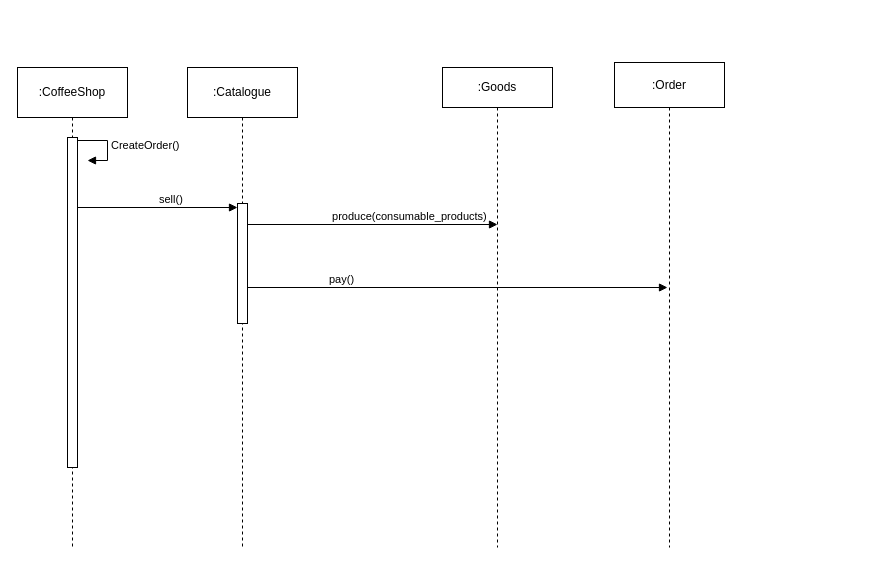
Before: page "Страница — 1" (1 of 2) of Диаграмма последовательности.drawio in R3plicant/ooap_lab1, a draw.io diagram. Source tidied: cells renumbered, new cells numbered last; positions are measured from the earlier drawing's top-left corner, leaving out a move shared by most shapes. Both pictures are drawn from the tidied source at 100%, with x=0, y=0 at pixel (17, 62).
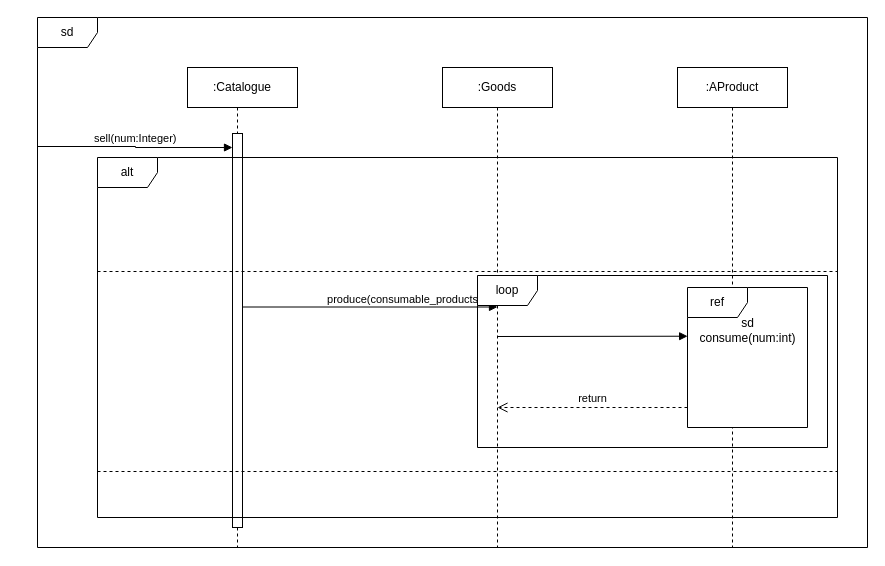
After the change.

What changed in the source:
```diff
@@
-    <mxCell id="2" style="edgeStyle=orthogonalEdgeStyle;rounded=0;jettySize=auto;html=1;endArrow=none;endFill=0;dashed=1;" parent="1" edge="1" source="3">
-      <mxGeometry relative="1" as="geometry">
-        <mxPoint x="55" y="485" as="targetPoint" />
-      </mxGeometry>
-    </mxCell>
-    <mxCell id="3" value=":CoffeeShop" style="html=1;whiteSpace=wrap;" parent="1" vertex="1">
-      <mxGeometry y="5" width="110" height="50" as="geometry" />
-    </mxCell>
-    <mxCell id="4" style="html=1;perimeter=orthogonalPerimeter;targetShapes=umlLifeline;newEdgeStyle={&quot;curved&quot;:0,&quot;rounded&quot;:0};" parent="1" vertex="1">
-      <mxGeometry x="50" y="75" width="10" height="330" as="geometry" />
-    </mxCell>
-    <mxCell id="5" value="CreateOrder()" style="html=1;align=left;spacingLeft=2;endArrow=block;rounded=0;edgeStyle=orthogonalEdgeStyle;curved=0;rounded=0;" parent="1" edge="1">
-      <mxGeometry relative="1" as="geometry">
-        <mxPoint x="60" y="78" as="sourcePoint" />
-        <mxPoint x="70" y="98" as="targetPoint" />
-        <Array as="points">
-          <mxPoint x="90" y="78" />
-          <mxPoint x="90" y="98" />
-        </Array>
-      </mxGeometry>
-    </mxCell>
-    <mxCell id="6" style="edgeStyle=orthogonalEdgeStyle;rounded=0;jettySize=auto;html=1;endArrow=none;endFill=0;dashed=1;" parent="1" edge="1" source="7">
-      <mxGeometry relative="1" as="geometry">
-        <mxPoint x="225" y="485" as="targetPoint" />
-      </mxGeometry>
-    </mxCell>
     <mxCell id="7" value=":Catalogue" style="html=1;whiteSpace=wrap;" parent="1" vertex="1">
-      <mxGeometry x="170" y="5" width="110" height="50" as="geometry" />
+      <mxGeometry x="170" y="5" width="110" height="40" as="geometry" />
     </mxCell>
-    <mxCell id="8" style="html=1;perimeter=orthogonalPerimeter;targetShapes=umlLifeline;newEdgeStyle={&quot;curved&quot;:0,&quot;rounded&quot;:0};" parent="1" vertex="1">
-      <mxGeometry x="220" y="141" width="10" height="120" as="geometry" />
-    </mxCell>
     <mxCell id="9" style="endArrow=block;endFill=1;html=1;edgeStyle=orthogonalEdgeStyle;align=left;verticalAlign=top;rounded=0;" parent="1" edge="1">
       <mxGeometry x="-0.25" y="10" relative="1" as="geometry">
-        <mxPoint x="60" y="145" as="sourcePoint" />
-        <mxPoint x="220" y="145" as="targetPoint" />
+        <mxPoint x="20" y="84" as="sourcePoint" />
+        <mxPoint x="215" y="85" as="targetPoint" />
+        <Array as="points">
+          <mxPoint x="118" y="85" />
+        </Array>
       </mxGeometry>
     </mxCell>
-    <mxCell id="10" value="sell()" style="edgeLabel;html=1;align=left;verticalAlign=bottom;" parent="9" vertex="1">
+    <mxCell id="10" value="sell(num:Integer)" style="edgeLabel;html=1;align=left;verticalAlign=bottom;" parent="9" vertex="1">
       <mxGeometry x="-1" relative="1" as="geometry">
-        <mxPoint x="80" as="offset" />
+        <mxPoint x="55" as="offset" />
       </mxGeometry>
     </mxCell>
@@
     <mxCell id="13" style="endArrow=block;endFill=1;html=1;edgeStyle=orthogonalEdgeStyle;align=left;verticalAlign=top;rounded=0;" parent="1" edge="1">
       <mxGeometry x="-0.25" y="10" relative="1" as="geometry">
-        <mxPoint x="230" y="162" as="sourcePoint" />
-        <mxPoint x="480" y="162" as="targetPoint" />
+        <mxPoint x="225" y="244.5" as="sourcePoint" />
+        <mxPoint x="480" y="244.5" as="targetPoint" />
+        <Array as="points">
+          <mxPoint x="480" y="244.5" />
+        </Array>
       </mxGeometry>
     </mxCell>
@@
-    <mxCell id="15" style="edgeStyle=orthogonalEdgeStyle;rounded=0;jettySize=auto;html=1;dashed=1;endArrow=none;endFill=0;" parent="1" edge="1" source="16">
-      <mxGeometry relative="1" as="geometry">
-        <mxPoint x="652" y="485" as="targetPoint" />
-      </mxGeometry>
-    </mxCell>
-    <mxCell id="16" value=":Order" style="html=1;whiteSpace=wrap;" parent="1" vertex="1">
-      <mxGeometry x="597" width="110" height="45" as="geometry" />
-    </mxCell>
-    <mxCell id="17" style="endArrow=block;endFill=1;html=1;edgeStyle=orthogonalEdgeStyle;align=left;verticalAlign=top;rounded=0;" parent="1" edge="1">
-      <mxGeometry x="-0.25" y="10" relative="1" as="geometry">
-        <mxPoint x="230" y="225" as="sourcePoint" />
-        <mxPoint x="650" y="225" as="targetPoint" />
-      </mxGeometry>
-    </mxCell>
-    <mxCell id="18" value="pay()" style="edgeLabel;html=1;align=left;verticalAlign=bottom;" parent="17" vertex="1">
-      <mxGeometry x="-1" relative="1" as="geometry">
-        <mxPoint x="80" as="offset" />
-      </mxGeometry>
-    </mxCell>
+    <mxCell id="19" style="edgeStyle=orthogonalEdgeStyle;rounded=0;jettySize=auto;html=1;endArrow=none;endFill=0;dashed=1;" parent="1" edge="1" source="7">
+      <mxGeometry relative="1" as="geometry">
+        <mxPoint x="220" y="485" as="targetPoint" />
+        <Array as="points">
+          <mxPoint x="220" y="115" />
+          <mxPoint x="220" y="115" />
+        </Array>
+      </mxGeometry>
+    </mxCell>
+    <mxCell id="8" style="html=1;perimeter=orthogonalPerimeter;targetShapes=umlLifeline;newEdgeStyle={&quot;curved&quot;:0,&quot;rounded&quot;:0};" parent="1" vertex="1">
+      <mxGeometry x="215" y="71" width="10" height="394" as="geometry" />
+    </mxCell>
+    <mxCell id="20" value="alt" style="shape=umlFrame;whiteSpace=wrap;html=1;" parent="1" vertex="1">
+      <mxGeometry x="80" y="95" width="740" height="360" as="geometry" />
+    </mxCell>
+    <mxCell id="21" style="line;strokeWidth=1;fillColor=none;align=left;verticalAlign=middle;spacingTop=-1;spacingLeft=3;spacingRight=3;labelPosition=right;strokeColor=inherit;dashed=1;" parent="1" vertex="1">
+      <mxGeometry x="80" y="205" width="740" height="8" as="geometry" />
+    </mxCell>
+    <mxCell id="22" style="edgeStyle=orthogonalEdgeStyle;rounded=0;jettySize=auto;html=1;dashed=1;endArrow=none;endFill=0;" parent="1" edge="1" source="23">
+      <mxGeometry relative="1" as="geometry">
+        <mxPoint x="715" y="485" as="targetPoint" />
+      </mxGeometry>
+    </mxCell>
+    <mxCell id="23" value=":AProduct" style="html=1;whiteSpace=wrap;" parent="1" vertex="1">
+      <mxGeometry x="660" y="5" width="110" height="40" as="geometry" />
+    </mxCell>
+    <mxCell id="24" value="ref" style="shape=umlFrame;whiteSpace=wrap;html=1;fillStyle=solid;swimlaneFillColor=default;" parent="1" vertex="1">
+      <mxGeometry x="670" y="225" width="120" height="140" as="geometry" />
+    </mxCell>
+    <mxCell id="25" style="html=1;verticalAlign=bottom;endArrow=block;curved=0;rounded=0;entryX=0.001;entryY=0.348;entryDx=0;entryDy=0;entryPerimeter=0;" parent="1" edge="1" target="24">
+      <mxGeometry x="-0.05" y="12" relative="1" as="geometry">
+        <mxPoint x="480" y="274" as="sourcePoint" />
+      </mxGeometry>
+    </mxCell>
+    <mxCell id="26" value="sd&lt;br&gt;consume(num:int)" style="text;html=1;align=center;verticalAlign=middle;strokeColor=none;fillColor=none;" parent="1" vertex="1">
+      <mxGeometry x="670" y="248" width="120" height="40" as="geometry" />
+    </mxCell>
+    <mxCell id="27" value="loop" style="shape=umlFrame;whiteSpace=wrap;html=1;" parent="1" vertex="1">
+      <mxGeometry x="460" y="213" width="350" height="172" as="geometry" />
+    </mxCell>
+    <mxCell id="28" value="return" style="html=1;verticalAlign=bottom;endArrow=open;dashed=1;endSize=8;curved=0;rounded=0;" parent="1" edge="1">
+      <mxGeometry relative="1" as="geometry">
+        <mxPoint x="670" y="345" as="sourcePoint" />
+        <mxPoint x="480" y="345" as="targetPoint" />
+      </mxGeometry>
+    </mxCell>
+    <mxCell id="29" style="line;strokeWidth=1;fillColor=none;align=left;verticalAlign=middle;spacingTop=-1;spacingLeft=3;spacingRight=3;labelPosition=right;strokeColor=inherit;dashed=1;" parent="1" vertex="1">
+      <mxGeometry x="80" y="405" width="740" height="8" as="geometry" />
+    </mxCell>
+    <mxCell id="30" value="sd" style="shape=umlFrame;whiteSpace=wrap;html=1;" parent="1" vertex="1">
+      <mxGeometry x="20" y="-45" width="830" height="530" as="geometry" />
+    </mxCell>
```
